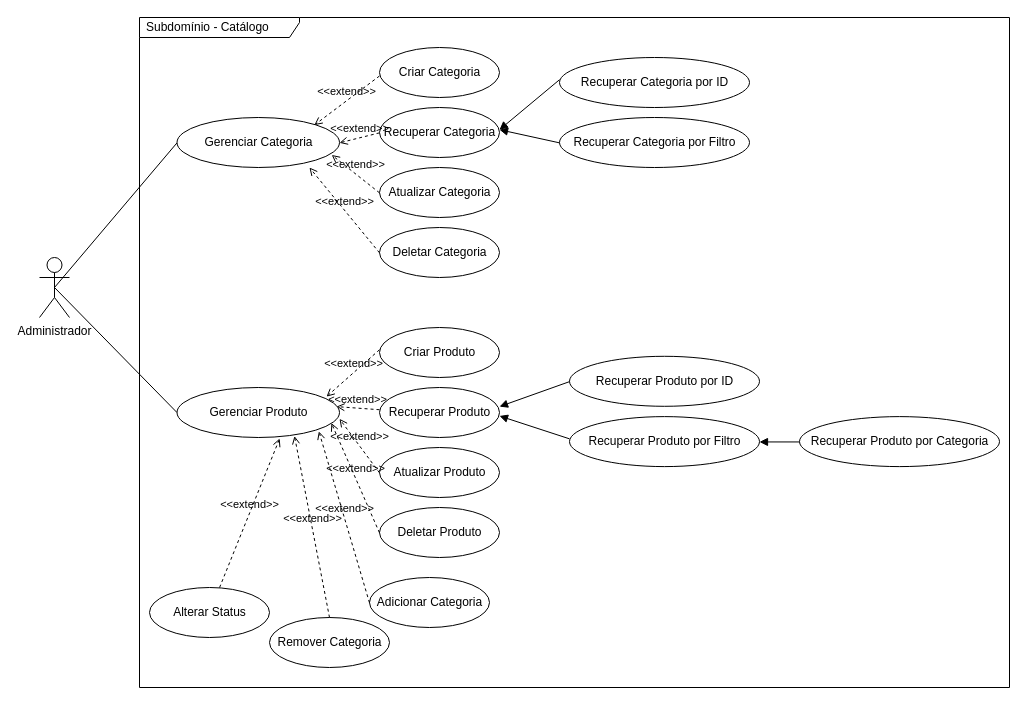
This is page "Subdomínio - Usuário" (2 of 2) of requirements/ecommerce-caso-uso.drawio from DavidPontes7/ecommerce-node-api, a draw.io file, before an edit. Source tidied: cells renumbered, new cells numbered last; positions are measured from the earlier drawing's top-left corner, leaving out a move shared by most shapes. Both pictures are drawn from the tidied source at 100%, with x=0, y=0 at pixel (39, 17).
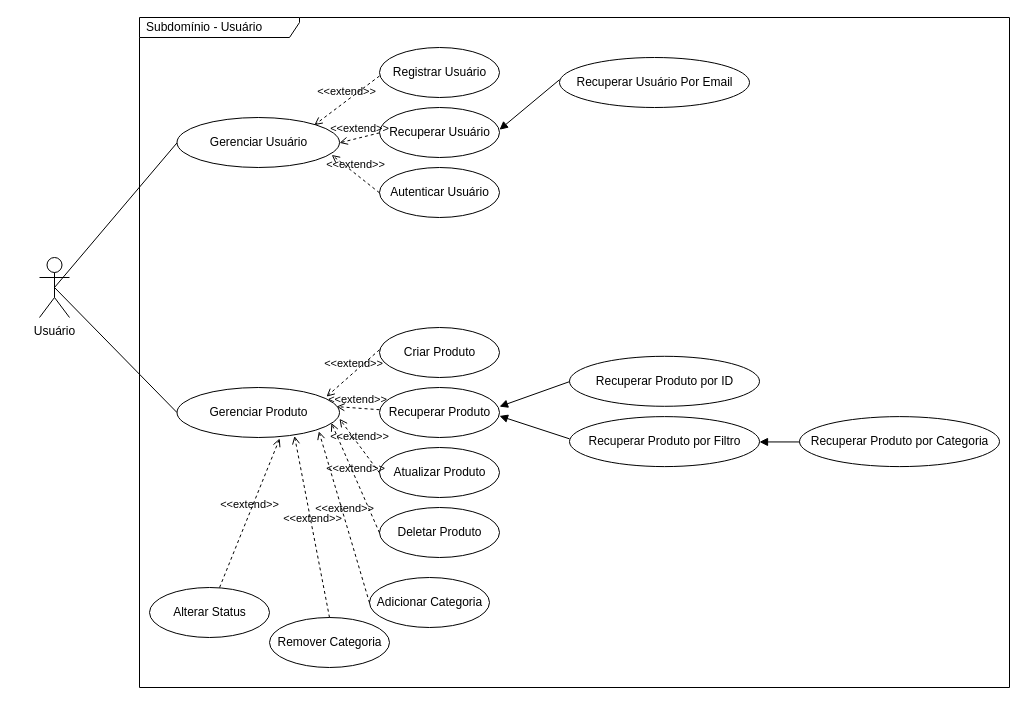
Above is the later version.

The change refers to these unchanged cells:
```xml
<mxCell id="6" style="shape=ellipse;horizontal=1;html=1;dashed=0;" parent="1" vertex="1">
  <mxGeometry x="137.5" y="100" width="162.5" height="50" as="geometry" />
</mxCell>
<mxCell id="8" style="shape=ellipse;horizontal=1;html=1;dashed=0;" parent="1" vertex="1">
  <mxGeometry x="340" y="30" width="120" height="50" as="geometry" />
</mxCell>
<mxCell id="11" style="shape=ellipse;horizontal=1;html=1;dashed=0;" parent="1" vertex="1">
  <mxGeometry x="340" y="90" width="120" height="50" as="geometry" />
</mxCell>
<mxCell id="13" style="shape=ellipse;horizontal=1;html=1;dashed=0;" parent="1" vertex="1">
  <mxGeometry x="340" y="150" width="120" height="50" as="geometry" />
</mxCell>
<mxCell id="21" style="shape=ellipse;horizontal=1;html=1;dashed=0;" parent="1" vertex="1">
  <mxGeometry x="520" y="40" width="190" height="50" as="geometry" />
</mxCell>
```

The edit, as a diff of the source:
```diff
@@
-    <mxCell id="2" value="Subdomínio - Catálogo" style="shape=umlFrame;whiteSpace=wrap;html=1;width=160;height=20;boundedLbl=1;verticalAlign=middle;align=left;spacingLeft=5;" parent="1" vertex="1">
+    <mxCell id="2" value="Subdomínio - Usuário" style="shape=umlFrame;whiteSpace=wrap;html=1;width=160;height=20;boundedLbl=1;verticalAlign=middle;align=left;spacingLeft=5;" parent="1" vertex="1">
       <mxGeometry x="100" width="870" height="670" as="geometry" />
     </mxCell>
-    <mxCell id="3" value="Administrador" style="shape=umlActor;verticalLabelPosition=bottom;verticalAlign=top;html=1;" parent="1" vertex="1">
+    <mxCell id="3" value="Usuário" style="shape=umlActor;verticalLabelPosition=bottom;verticalAlign=top;html=1;" parent="1" vertex="1">
       <mxGeometry y="240" width="30" height="60" as="geometry" />
     </mxCell>
@@
-    <mxCell id="7" value="Gerenciar Categoria" style="html=1;strokeColor=none;fillColor=none;align=center;verticalAlign=middle;" parent="6" vertex="1">
+    <mxCell id="7" value="Gerenciar Usuário" style="html=1;strokeColor=none;fillColor=none;align=center;verticalAlign=middle;" parent="6" vertex="1">
       <mxGeometry y="19.1" width="162.5" height="12.5" as="geometry" />
     </mxCell>
@@
-    <mxCell id="9" value="Criar Categoria" style="html=1;strokeColor=none;fillColor=none;align=center;verticalAlign=middle;" parent="8" vertex="1">
+    <mxCell id="9" value="Registrar Usuário" style="html=1;strokeColor=none;fillColor=none;align=center;verticalAlign=middle;" parent="8" vertex="1">
       <mxGeometry y="19.1" width="120" height="12.5" as="geometry" />
     </mxCell>
@@
-    <mxCell id="12" value="Recuperar Categoria" style="html=1;strokeColor=none;fillColor=none;align=center;verticalAlign=middle;" parent="11" vertex="1">
+    <mxCell id="12" value="Recuperar Usuário" style="html=1;strokeColor=none;fillColor=none;align=center;verticalAlign=middle;" parent="11" vertex="1">
       <mxGeometry y="19.1" width="120" height="12.5" as="geometry" />
     </mxCell>
@@
-    <mxCell id="14" value="Atualizar Categoria" style="html=1;strokeColor=none;fillColor=none;align=center;verticalAlign=middle;" parent="13" vertex="1">
+    <mxCell id="14" value="Autenticar Usuário" style="html=1;strokeColor=none;fillColor=none;align=center;verticalAlign=middle;" parent="13" vertex="1">
       <mxGeometry y="19.1" width="120" height="12.5" as="geometry" />
     </mxCell>
-    <mxCell id="15" style="shape=ellipse;horizontal=1;html=1;dashed=0;" parent="1" vertex="1">
-      <mxGeometry x="340" y="210" width="120" height="50" as="geometry" />
-    </mxCell>
-    <mxCell id="16" value="Deletar Categoria" style="html=1;strokeColor=none;fillColor=none;align=center;verticalAlign=middle;" parent="15" vertex="1">
-      <mxGeometry y="19.1" width="120" height="12.5" as="geometry" />
-    </mxCell>
@@
-    <mxCell id="19" value="&amp;lt;&amp;lt;extend&amp;gt;&amp;gt;" style="html=1;verticalAlign=bottom;labelBackgroundColor=none;endArrow=open;endFill=0;dashed=1;exitX=0;exitY=0.5;exitDx=0;exitDy=0;entryX=0.815;entryY=1;entryDx=0;entryDy=0;entryPerimeter=0;" parent="1" edge="1" source="16" target="6">
-      <mxGeometry relative="1" as="geometry" />
-    </mxCell>
@@
-    <mxCell id="22" value="Recuperar Categoria por ID" style="html=1;strokeColor=none;fillColor=none;align=center;verticalAlign=middle;" parent="21" vertex="1">
+    <mxCell id="22" value="Recuperar Usuário Por Email" style="html=1;strokeColor=none;fillColor=none;align=center;verticalAlign=middle;" parent="21" vertex="1">
       <mxGeometry y="19.1" width="190" height="12.5" as="geometry" />
     </mxCell>
-    <mxCell id="23" style="shape=ellipse;horizontal=1;html=1;dashed=0;" parent="1" vertex="1">
-      <mxGeometry x="520" y="100" width="190" height="50" as="geometry" />
-    </mxCell>
-    <mxCell id="24" value="Recuperar Categoria por Filtro" style="html=1;strokeColor=none;fillColor=none;align=center;verticalAlign=middle;" parent="23" vertex="1">
-      <mxGeometry y="19.1" width="190" height="12.5" as="geometry" />
-    </mxCell>
@@
-    <mxCell id="26" style="edgeStyle=none;html=1;exitX=0;exitY=0.5;exitDx=0;exitDy=0;entryX=1;entryY=0.25;entryDx=0;entryDy=0;endArrow=block;endFill=1;" parent="1" edge="1" source="24" target="12">
-      <mxGeometry relative="1" as="geometry" />
-    </mxCell>
```
